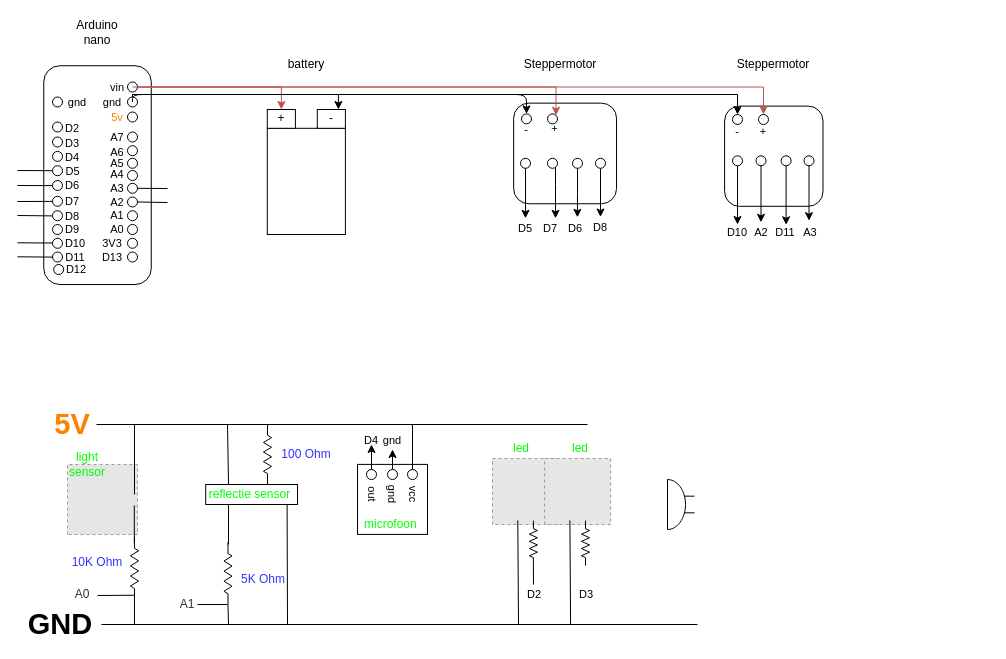
Earlier version of the draw.io diagram Untitled Diagram.drawio (ChaimaeBen/arduinoRobot). Source tidied: cells renumbered, new cells numbered last; positions are measured from the earlier drawing's top-left corner, leaving out a move shared by most shapes. Both pictures are drawn from the tidied source at 100%, with x=0, y=0 at pixel (-12, 22). Pictures stored in the file or linked from it are replaced by grey dashed boxes.
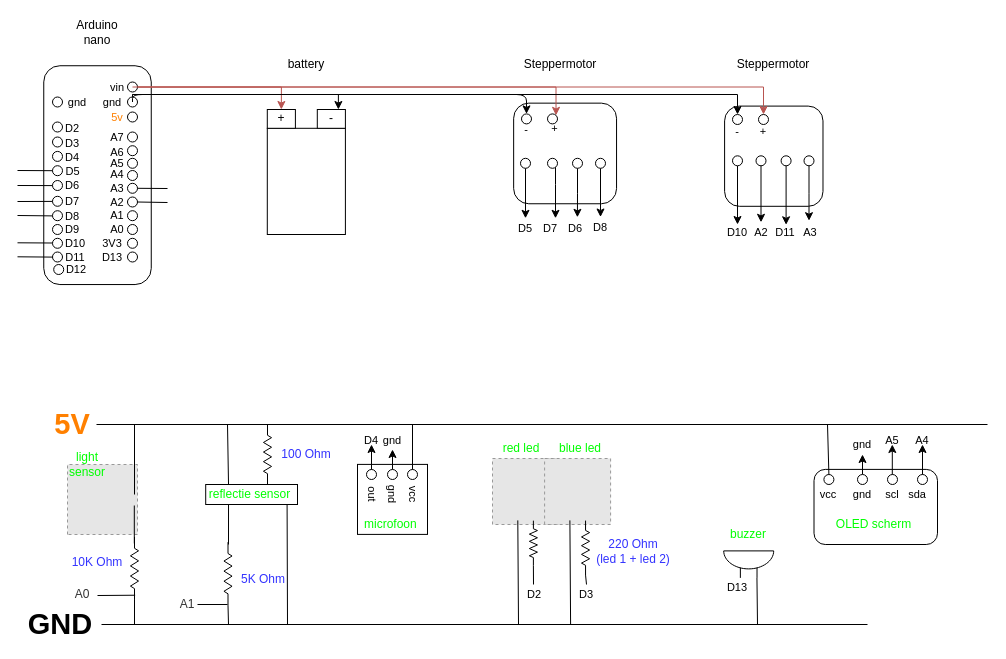
After the change.

Commit message:
Schets technology

The change refers to these unchanged cells:
```xml
<mxCell id="111" value="&lt;b style=&quot;background-color: rgb(255, 255, 255); font-size: 29px;&quot;&gt;&lt;font color=&quot;#ff8000&quot; style=&quot;font-size: 29px;&quot;&gt;5V&lt;/font&gt;&lt;/b&gt;" style="text;html=1;strokeColor=none;fillColor=none;align=center;verticalAlign=middle;whiteSpace=wrap;rounded=0;perimeterSpacing=4;fontSize=29;" parent="1" vertex="1">
  <mxGeometry x="64" y="392" width="40" height="20" as="geometry" />
</mxCell>
<mxCell id="120" value="&lt;b style=&quot;background-color: rgb(255 , 255 , 255) ; font-size: 29px&quot;&gt;&lt;font style=&quot;font-size: 29px&quot;&gt;GND&lt;/font&gt;&lt;/b&gt;" style="text;html=1;strokeColor=none;fillColor=none;align=center;verticalAlign=middle;whiteSpace=wrap;rounded=0;perimeterSpacing=4;fontSize=29;" parent="1" vertex="1">
  <mxGeometry x="35.2" y="592" width="73.8" height="20" as="geometry" />
</mxCell>
```

Change to the diagram source:
```diff
@@
     <mxCell id="112" style="endArrow=none;html=1;fontSize=29;exitX=1;exitY=0.5;exitDx=0;exitDy=0;" parent="1" edge="1" source="111">
       <mxGeometry relative="1" as="geometry">
-        <mxPoint x="599" y="402" as="targetPoint" />
+        <mxPoint x="999" y="402" as="targetPoint" />
       </mxGeometry>
     </mxCell>
@@
     <mxCell id="121" style="endArrow=none;html=1;fontSize=29;exitX=1;exitY=0.5;exitDx=0;exitDy=0;" parent="1" edge="1" source="120">
       <mxGeometry relative="1" as="geometry">
-        <mxPoint x="709" y="602" as="targetPoint" />
+        <mxPoint x="879" y="602" as="targetPoint" />
       </mxGeometry>
     </mxCell>
@@
-    <mxCell id="148" style="verticalLabelPosition=bottom;shadow=0;dashed=0;align=center;html=1;verticalAlign=top;shape=mxgraph.electrical.electro-mechanical.buzzer;fontSize=1;" parent="1" vertex="1">
-      <mxGeometry x="679" y="457" width="27" height="50" as="geometry" />
+    <mxCell id="148" style="verticalLabelPosition=bottom;shadow=0;dashed=0;align=center;html=1;verticalAlign=top;shape=mxgraph.electrical.electro-mechanical.buzzer;fontSize=1;rotation=90;" parent="1" vertex="1">
+      <mxGeometry x="746.7" y="516.9" width="27" height="50" as="geometry" />
     </mxCell>
@@
-    <mxCell id="150" value="&lt;font color=&quot;#00ff00&quot;&gt;led&lt;/font&gt;" style="text;html=1;strokeColor=none;fillColor=none;align=center;verticalAlign=middle;whiteSpace=wrap;rounded=0;fontSize=12;" parent="1" vertex="1">
+    <mxCell id="150" value="&lt;font color=&quot;#00ff00&quot;&gt;red led&lt;/font&gt;" style="text;html=1;strokeColor=none;fillColor=none;align=center;verticalAlign=middle;whiteSpace=wrap;rounded=0;fontSize=12;" parent="1" vertex="1">
       <mxGeometry x="508" y="416" width="50" height="20" as="geometry" />
     </mxCell>
-    <mxCell id="151" value="&lt;font color=&quot;#00ff00&quot;&gt;led&lt;/font&gt;" style="text;html=1;strokeColor=none;fillColor=none;align=center;verticalAlign=middle;whiteSpace=wrap;rounded=0;fontSize=12;" parent="1" vertex="1">
+    <mxCell id="151" value="&lt;font color=&quot;#00ff00&quot;&gt;blue led&lt;/font&gt;" style="text;html=1;strokeColor=none;fillColor=none;align=center;verticalAlign=middle;whiteSpace=wrap;rounded=0;fontSize=12;" parent="1" vertex="1">
       <mxGeometry x="567" y="416" width="50" height="20" as="geometry" />
     </mxCell>
@@
     <mxCell id="157" style="verticalLabelPosition=bottom;shadow=0;dashed=0;align=center;html=1;verticalAlign=top;shape=mxgraph.electrical.resistors.resistor_2;fontSize=29;rotation=90;" parent="1" vertex="1">
-      <mxGeometry x="574.5" y="516.6" width="45" height="8.1" as="geometry" />
+      <mxGeometry x="569.8" y="521.3" width="54.5" height="8.1" as="geometry" />
     </mxCell>
@@
+    <mxCell id="160" style="endArrow=none;html=1;fontSize=1;exitX=1;exitY=0.5;exitDx=0;exitDy=0;exitPerimeter=0;" parent="1" edge="1" source="157">
+      <mxGeometry relative="1" as="geometry">
+        <mxPoint x="598" y="562" as="targetPoint" />
+      </mxGeometry>
+    </mxCell>
+    <mxCell id="161" value="&lt;font style=&quot;font-size: 12px&quot; color=&quot;#3333ff&quot;&gt;220 Ohm&lt;br&gt;(led 1 + led 2)&lt;br&gt;&lt;/font&gt;" style="text;html=1;strokeColor=none;fillColor=none;align=center;verticalAlign=middle;whiteSpace=wrap;rounded=0;fontSize=12;" parent="1" vertex="1">
+      <mxGeometry x="599" y="511.7" width="92" height="35.4" as="geometry" />
+    </mxCell>
+    <mxCell id="162" value="&lt;font color=&quot;#00ff00&quot;&gt;buzzer&lt;/font&gt;" style="text;html=1;strokeColor=none;fillColor=none;align=center;verticalAlign=middle;whiteSpace=wrap;rounded=0;fontSize=12;" parent="1" vertex="1">
+      <mxGeometry x="735.2" y="502" width="50" height="20" as="geometry" />
+    </mxCell>
+    <mxCell id="163" style="endArrow=none;html=1;fontSize=1;exitX=1;exitY=0.335;exitDx=0;exitDy=0;exitPerimeter=0;" parent="1" edge="1" source="148">
+      <mxGeometry relative="1" as="geometry">
+        <mxPoint x="769" y="602" as="targetPoint" />
+      </mxGeometry>
+    </mxCell>
+    <mxCell id="164" value="D13" style="text;html=1;strokeColor=none;fillColor=none;align=center;verticalAlign=middle;whiteSpace=wrap;rounded=0;fontSize=11;rotation=0;" parent="1" vertex="1">
+      <mxGeometry x="729" y="555.2" width="40" height="20" as="geometry" />
+    </mxCell>
+    <mxCell id="165" style="rounded=1;whiteSpace=wrap;html=1;fontSize=1;" parent="1" vertex="1">
+      <mxGeometry x="825.5" y="446.9" width="123.5" height="75.1" as="geometry" />
+    </mxCell>
+    <mxCell id="166" value="&lt;font color=&quot;#00ff00&quot;&gt;OLED scherm&lt;/font&gt;" style="text;html=1;strokeColor=none;fillColor=none;align=center;verticalAlign=middle;whiteSpace=wrap;rounded=0;fontSize=12;" parent="1" vertex="1">
+      <mxGeometry x="842.3" y="492" width="86.7" height="20" as="geometry" />
+    </mxCell>
+    <mxCell id="167" style="ellipse;whiteSpace=wrap;html=1;fontSize=1;" parent="1" vertex="1">
+      <mxGeometry x="835.4" y="452" width="10" height="10" as="geometry" />
+    </mxCell>
+    <mxCell id="168" style="edgeStyle=orthogonalEdgeStyle;rounded=0;jettySize=auto;html=1;fontSize=1;" parent="1" edge="1" source="169">
+      <mxGeometry relative="1" as="geometry">
+        <mxPoint x="874" y="432" as="targetPoint" />
+      </mxGeometry>
+    </mxCell>
+    <mxCell id="169" style="ellipse;whiteSpace=wrap;html=1;fontSize=1;" parent="1" vertex="1">
+      <mxGeometry x="869" y="452" width="10" height="10" as="geometry" />
+    </mxCell>
+    <mxCell id="170" style="ellipse;whiteSpace=wrap;html=1;fontSize=1;" parent="1" vertex="1">
+      <mxGeometry x="899" y="452" width="10" height="10" as="geometry" />
+    </mxCell>
+    <mxCell id="171" style="ellipse;whiteSpace=wrap;html=1;fontSize=1;" parent="1" vertex="1">
+      <mxGeometry x="929" y="452" width="10" height="10" as="geometry" />
+    </mxCell>
+    <mxCell id="172" value="vcc" style="text;html=1;strokeColor=none;fillColor=none;align=center;verticalAlign=middle;whiteSpace=wrap;rounded=0;fontSize=11;rotation=0;" parent="1" vertex="1">
+      <mxGeometry x="820.4" y="462" width="40" height="20" as="geometry" />
+    </mxCell>
+    <mxCell id="173" value="gnd" style="text;html=1;strokeColor=none;fillColor=none;align=center;verticalAlign=middle;whiteSpace=wrap;rounded=0;fontSize=11;rotation=0;" parent="1" vertex="1">
+      <mxGeometry x="854" y="462" width="40" height="20" as="geometry" />
+    </mxCell>
+    <mxCell id="174" value="scl" style="text;html=1;strokeColor=none;fillColor=none;align=center;verticalAlign=middle;whiteSpace=wrap;rounded=0;fontSize=11;rotation=0;" parent="1" vertex="1">
+      <mxGeometry x="884" y="462" width="40" height="20" as="geometry" />
+    </mxCell>
+    <mxCell id="175" value="sda" style="text;html=1;strokeColor=none;fillColor=none;align=center;verticalAlign=middle;whiteSpace=wrap;rounded=0;fontSize=11;rotation=0;" parent="1" vertex="1">
+      <mxGeometry x="909" y="462" width="40" height="20" as="geometry" />
+    </mxCell>
+    <mxCell id="176" style="endArrow=classic;html=1;fontSize=1;exitX=0.5;exitY=0;exitDx=0;exitDy=0;" parent="1" edge="1" source="171">
+      <mxGeometry relative="1" as="geometry">
+        <mxPoint x="934" y="422" as="targetPoint" />
+      </mxGeometry>
+    </mxCell>
+    <mxCell id="177" style="endArrow=classic;html=1;fontSize=1;exitX=0.5;exitY=0;exitDx=0;exitDy=0;" parent="1" edge="1">
+      <mxGeometry relative="1" as="geometry">
+        <mxPoint x="903.8" y="452" as="sourcePoint" />
+        <mxPoint x="903.8" y="422" as="targetPoint" />
+      </mxGeometry>
+    </mxCell>
+    <mxCell id="178" value="A4" style="text;html=1;strokeColor=none;fillColor=none;align=center;verticalAlign=middle;whiteSpace=wrap;rounded=0;fontSize=11;rotation=0;" parent="1" vertex="1">
+      <mxGeometry x="914" y="407.9" width="40" height="20" as="geometry" />
+    </mxCell>
+    <mxCell id="179" value="A5" style="text;html=1;strokeColor=none;fillColor=none;align=center;verticalAlign=middle;whiteSpace=wrap;rounded=0;fontSize=11;rotation=0;" parent="1" vertex="1">
+      <mxGeometry x="884" y="407.9" width="40" height="20" as="geometry" />
+    </mxCell>
+    <mxCell id="180" style="endArrow=none;html=1;fontSize=1;entryX=0.5;entryY=0;entryDx=0;entryDy=0;" parent="1" edge="1" target="167">
+      <mxGeometry relative="1" as="geometry">
+        <mxPoint x="839" y="402" as="sourcePoint" />
+      </mxGeometry>
+    </mxCell>
+    <mxCell id="181" value="gnd" style="text;html=1;strokeColor=none;fillColor=none;align=center;verticalAlign=middle;whiteSpace=wrap;rounded=0;fontSize=11;rotation=0;" parent="1" vertex="1">
+      <mxGeometry x="854" y="412" width="40" height="20" as="geometry" />
+    </mxCell>
```
